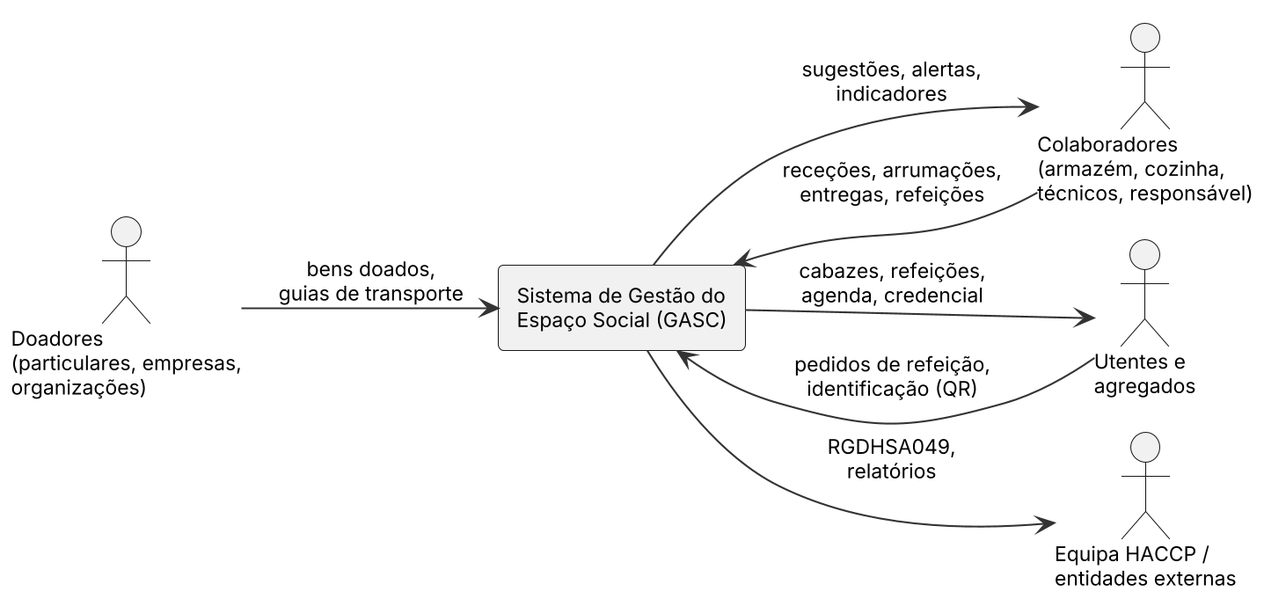
This is Docs/diagramas/ctx_sistema.png from Miguel31028/GASC, a PlantUML export, as it was before one commit.
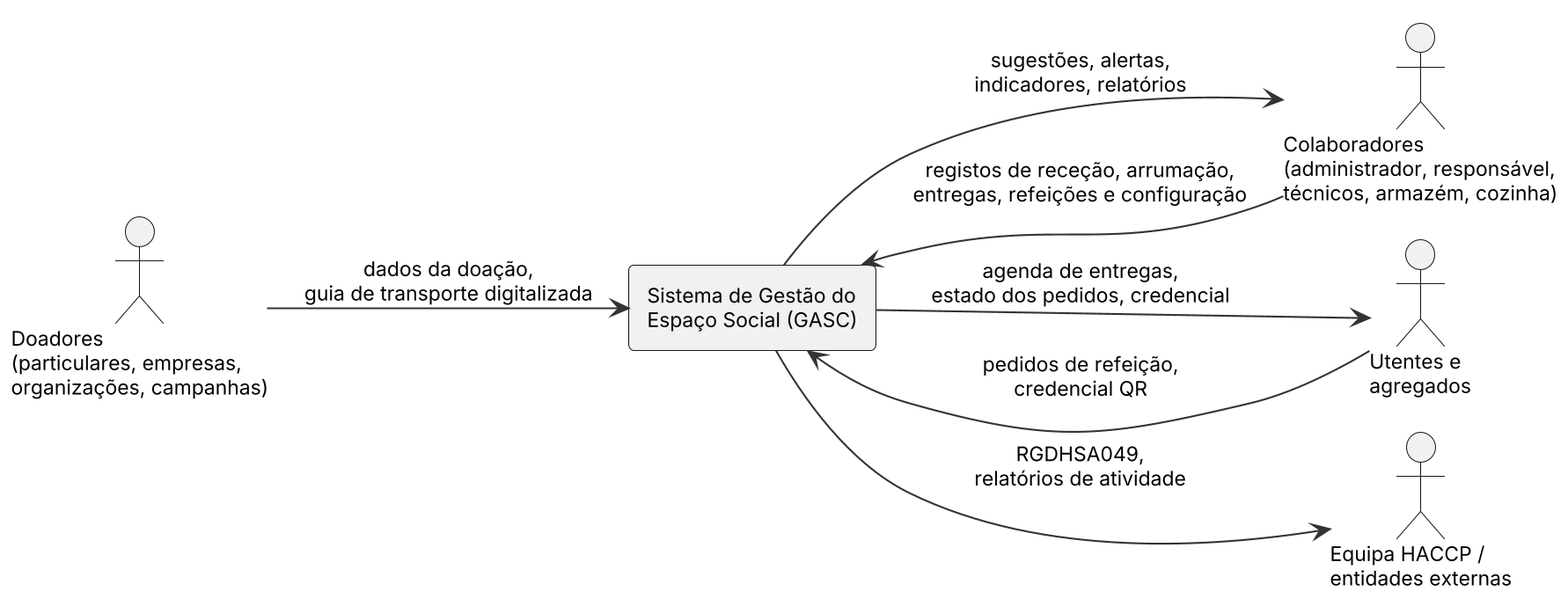
Above is the later version.

Change to the diagram source:
```diff
@@ -1,15 +1,15 @@
 @startuml
 !include _estilo.iuml
 left to right direction
-actor "Doadores\n(particulares, empresas,\norganizações)" as DO
-actor "Colaboradores\n(armazém, cozinha,\ntécnicos, responsável)" as CO
+actor "Doadores\n(particulares, empresas,\norganizações, campanhas)" as DO
+actor "Colaboradores\n(administrador, responsável,\ntécnicos, armazém, cozinha)" as CO
 actor "Utentes e\nagregados" as UT
 actor "Equipa HACCP /\nentidades externas" as HA
 rectangle "Sistema de Gestão do\nEspaço Social (GASC)" as SIS
-DO --> SIS : bens doados,\nguias de transporte
-CO --> SIS : receções, arrumações,\nentregas, refeições
-SIS --> CO : sugestões, alertas,\nindicadores
-UT --> SIS : pedidos de refeição,\nidentificação (QR)
-SIS --> UT : cabazes, refeições,\nagenda, credencial
-SIS --> HA : RGDHSA049,\nrelatórios
+DO --> SIS : dados da doação,\nguia de transporte digitalizada
+CO --> SIS : registos de receção, arrumação,\nentregas, refeições e configuração
+SIS --> CO : sugestões, alertas,\nindicadores, relatórios
+UT --> SIS : pedidos de refeição,\ncredencial QR
+SIS --> UT : agenda de entregas,\nestado dos pedidos, credencial
+SIS --> HA : RGDHSA049,\nrelatórios de atividade
 @enduml
```
